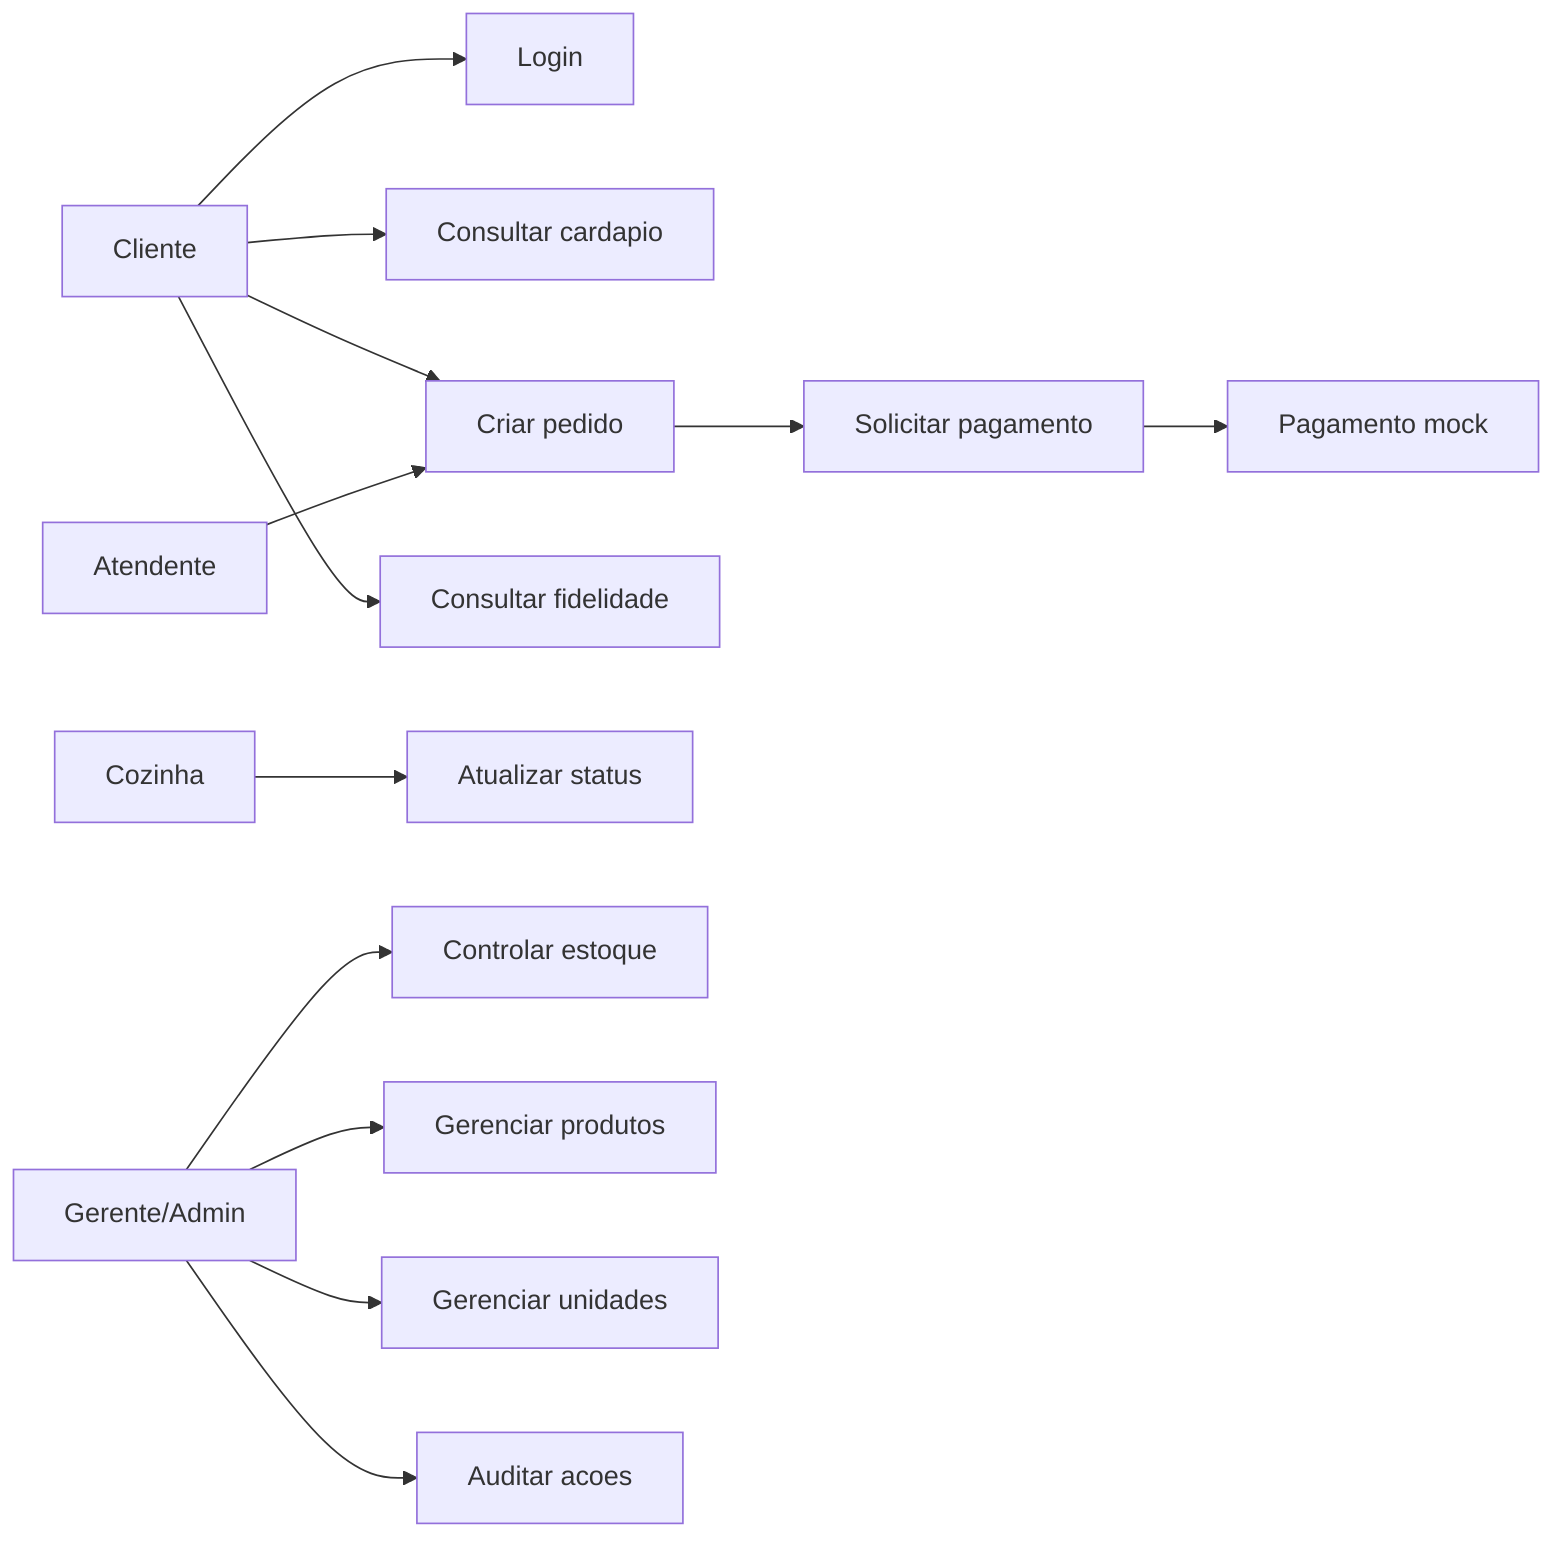
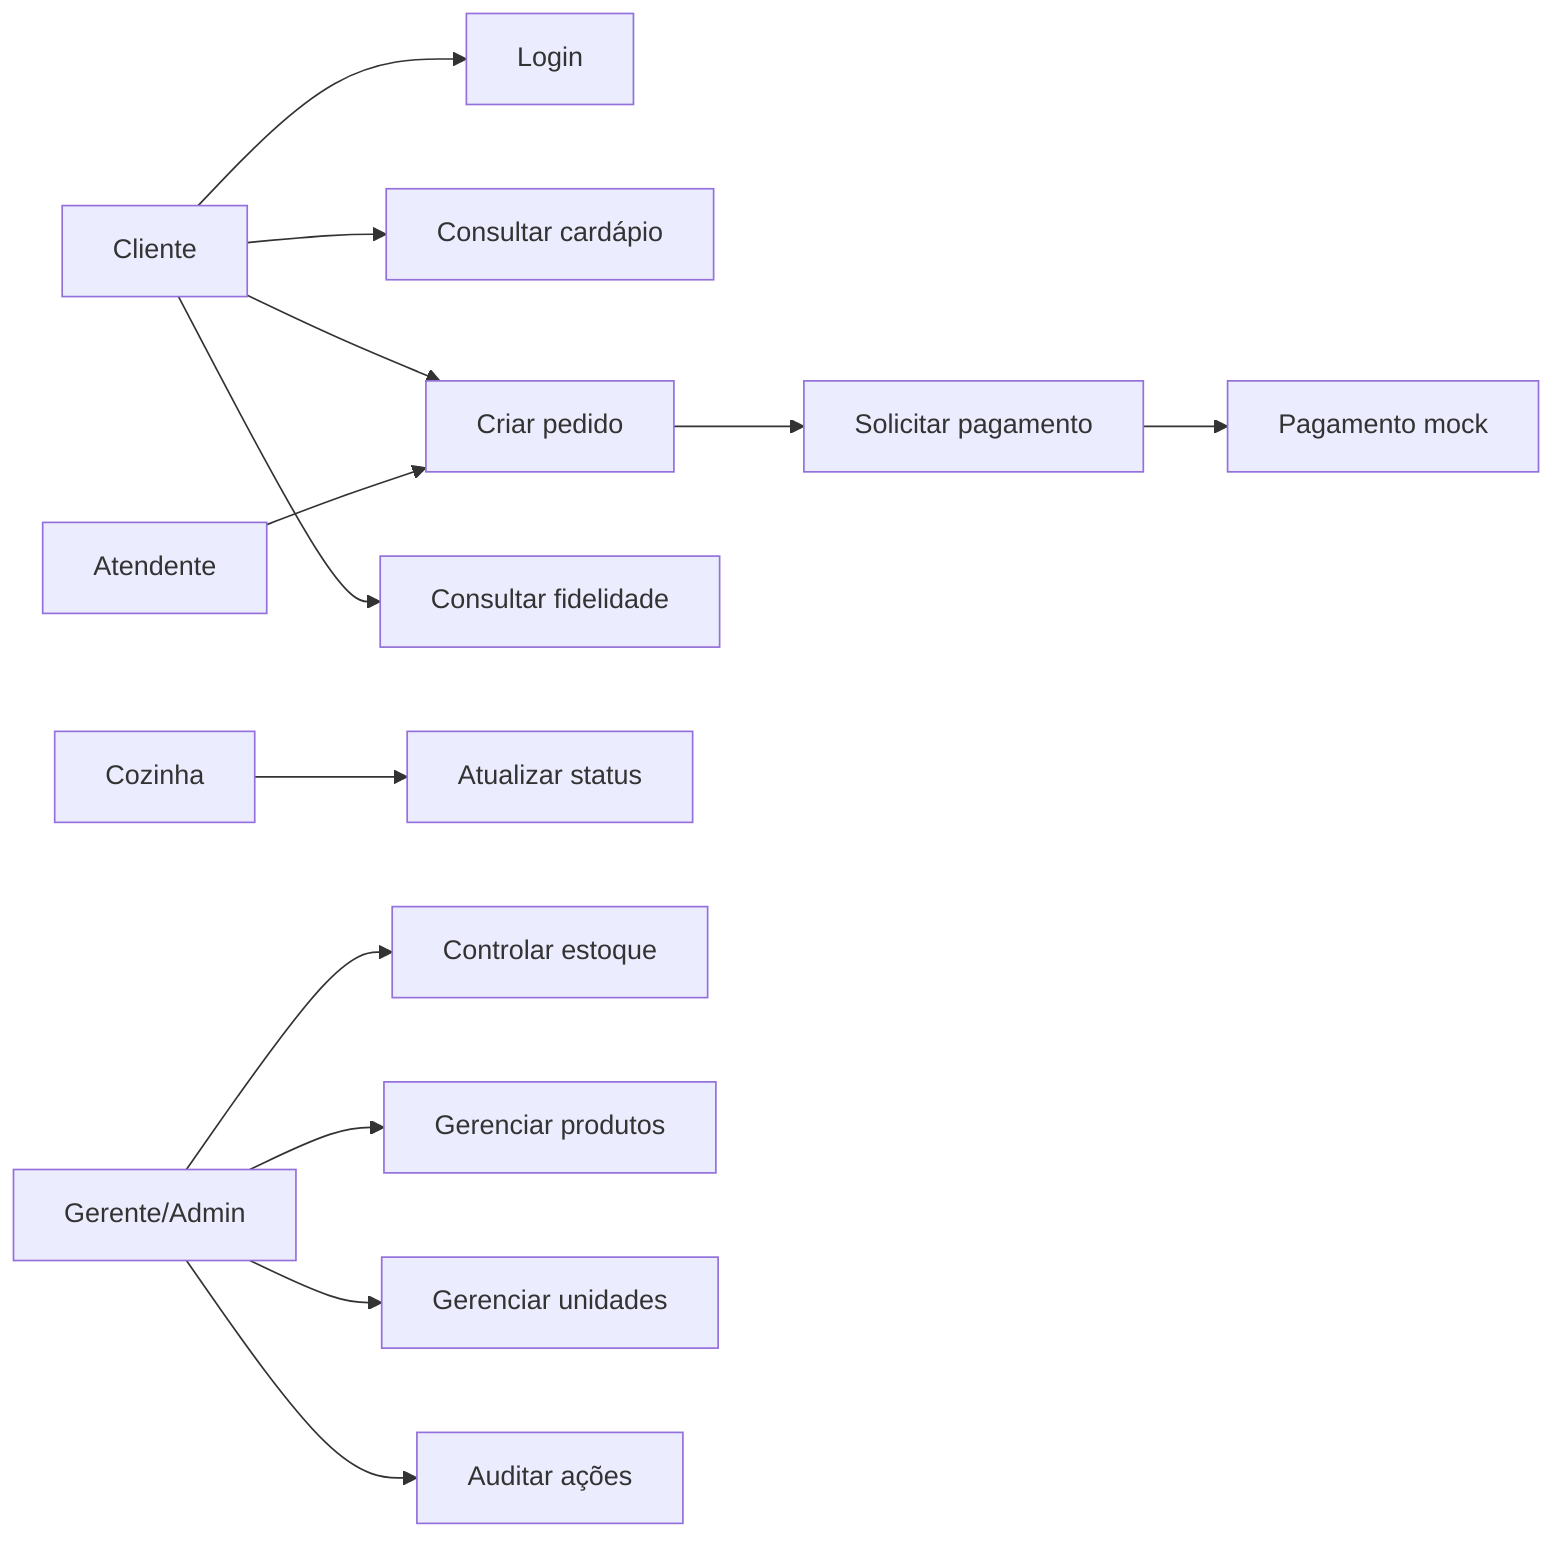
flowchart LR
  Cliente[Cliente]
  Atendente[Atendente]
  Cozinha[Cozinha]
  Gestao[Gerente/Admin]
  Gateway[Pagamento mock]

  Cliente --> Login[Login]
-   Cliente --> Cardapio[Consultar cardapio]
+   Cliente --> Cardapio[Consultar cardápio]
  Cliente --> CriarPedido[Criar pedido]
  Cliente --> Fidelidade[Consultar fidelidade]
  Atendente --> CriarPedido
  CriarPedido --> Pagamento[Solicitar pagamento]
  Pagamento --> Gateway
  Cozinha --> Status[Atualizar status]
  Gestao --> Estoque[Controlar estoque]
  Gestao --> Produtos[Gerenciar produtos]
  Gestao --> Unidades[Gerenciar unidades]
-   Gestao --> Auditoria[Auditar acoes]
+   Gestao --> Auditoria[Auditar ações]
